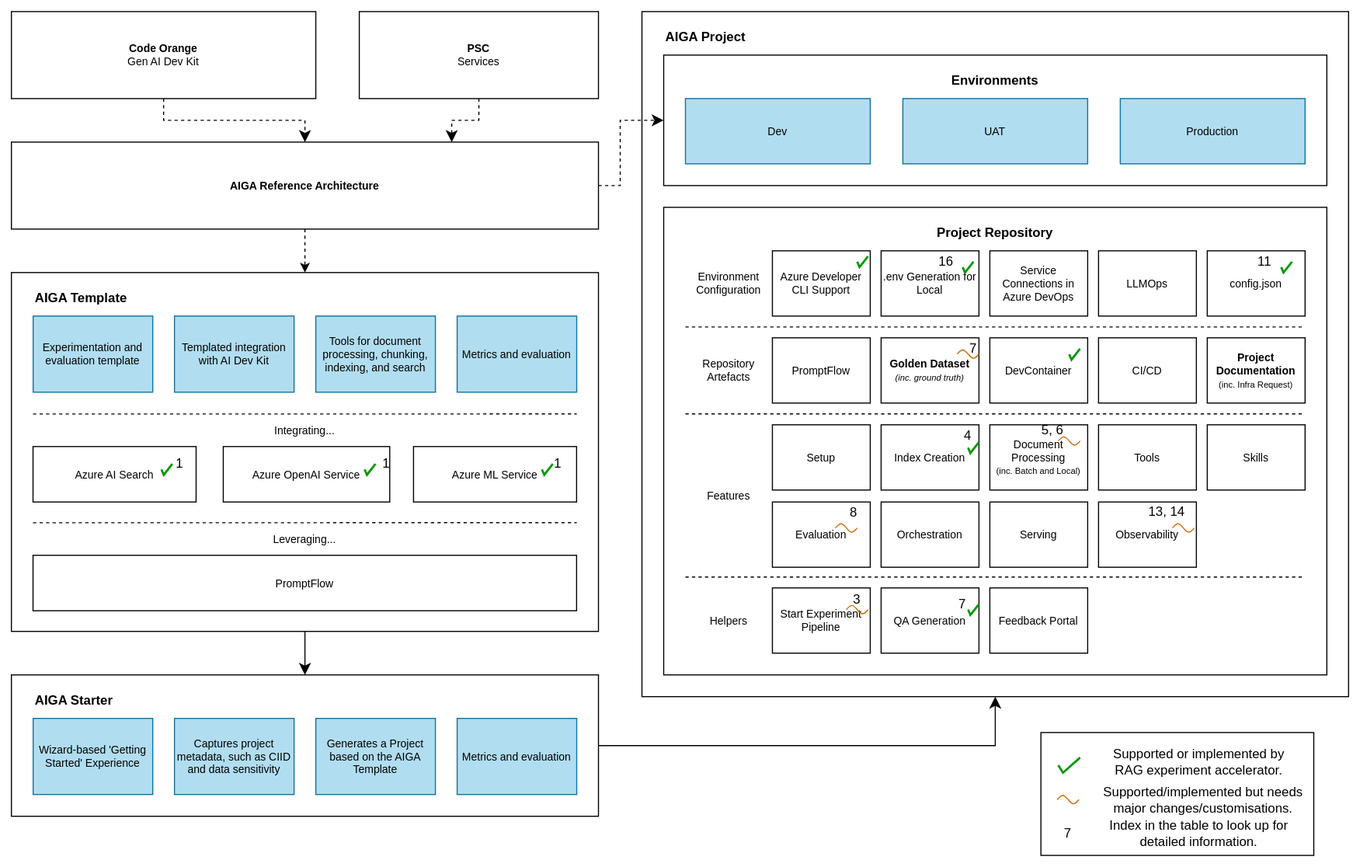
Above: docs/adrs/assets/RAG-experiment-accelerator-mapping.drawio.svg in crew-sherlock/Experiment1 (draw.io), before the change. Source tidied: cells renumbered, new cells last; positions are measured from the earlier drawing's top-left corner, leaving out a move shared by most shapes.
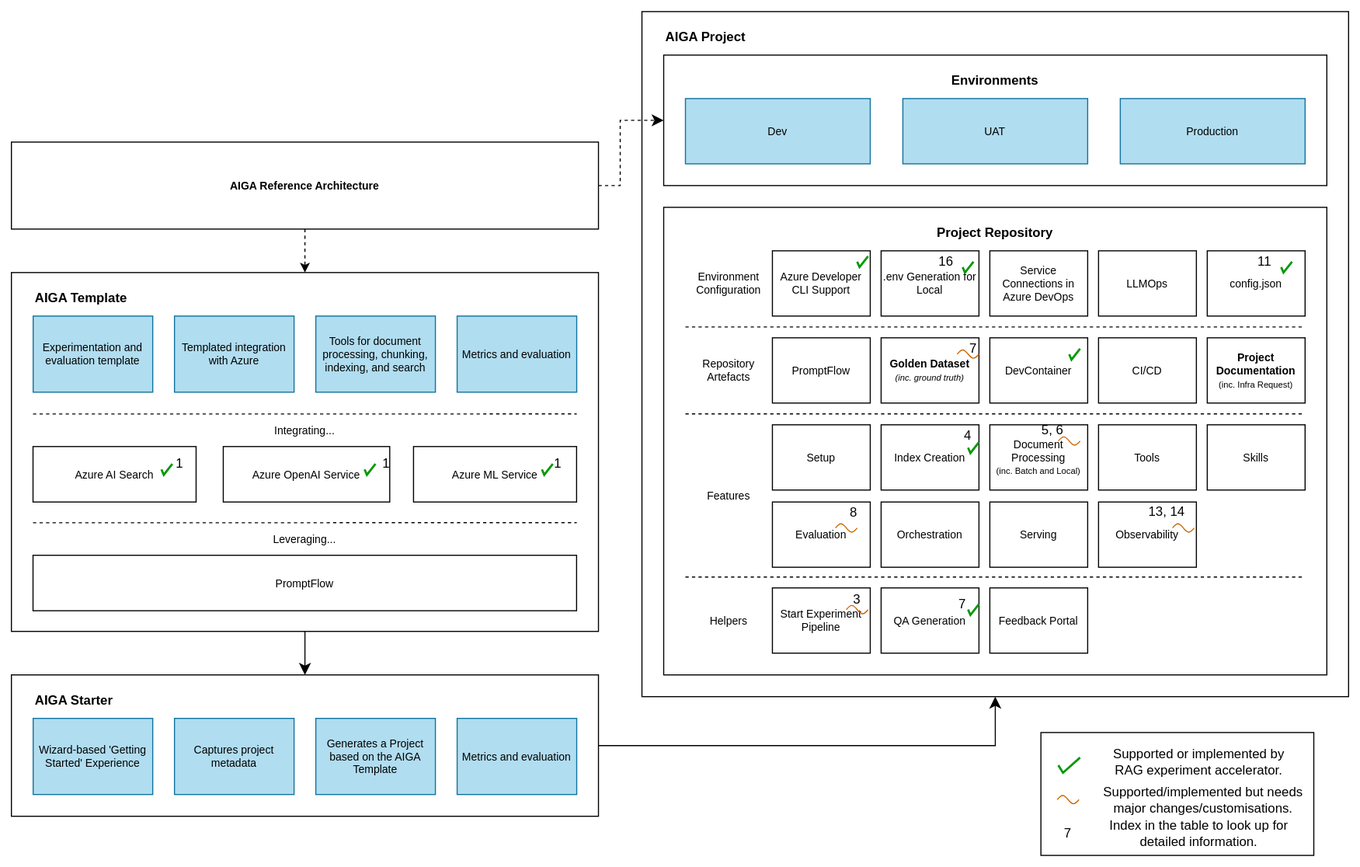
The same diagram one commit later.

Change to the diagram source:
```diff
@@ -11,18 +11,6 @@
     <mxCell id="4" value="AIGA Reference Architecture" style="whiteSpace=wrap;html=1;verticalAlign=middle;align=center;fontStyle=1;fontSize=10;" parent="1" vertex="1">
       <mxGeometry y="120" width="540" height="80" as="geometry" />
     </mxCell>
-    <mxCell id="5" style="edgeStyle=orthogonalEdgeStyle;rounded=0;jettySize=auto;html=1;fontSize=12;startSize=8;endSize=8;dashed=1;" parent="1" edge="1" source="6" target="4">
-      <mxGeometry relative="1" as="geometry" />
-    </mxCell>
-    <mxCell id="6" value="&lt;b style=&quot;font-size: 10px;&quot;&gt;Code Orange&lt;/b&gt;&lt;div style=&quot;font-size: 10px;&quot;&gt;Gen AI Dev Kit&lt;/div&gt;" style="whiteSpace=wrap;html=1;verticalAlign=middle;align=center;fontSize=10;" parent="1" vertex="1">
-      <mxGeometry width="280" height="80" as="geometry" />
-    </mxCell>
-    <mxCell id="7" style="edgeStyle=orthogonalEdgeStyle;rounded=0;jettySize=auto;html=1;fontSize=12;startSize=8;endSize=8;dashed=1;entryX=0.75;entryY=0;entryDx=0;entryDy=0;" parent="1" edge="1" source="8" target="4">
-      <mxGeometry relative="1" as="geometry" />
-    </mxCell>
-    <mxCell id="8" value="&lt;b style=&quot;font-size: 10px;&quot;&gt;PSC&lt;/b&gt;&lt;div style=&quot;font-size: 10px;&quot;&gt;Services&lt;/div&gt;" style="whiteSpace=wrap;html=1;verticalAlign=middle;align=center;fontSize=10;" parent="1" vertex="1">
-      <mxGeometry x="320" width="220" height="80" as="geometry" />
-    </mxCell>
     <mxCell id="9" style="edgeStyle=none;curved=1;rounded=0;jettySize=auto;html=1;fontSize=12;startSize=8;endSize=8;" parent="1" edge="1" source="10" target="24">
       <mxGeometry relative="1" as="geometry" />
     </mxCell>
@@ -32,7 +20,7 @@
     <mxCell id="11" value="Experimentation and evaluation template" style="whiteSpace=wrap;html=1;fontSize=10;fillColor=#b1ddf0;strokeColor=#10739e;labelBackgroundColor=none;fontColor=#000000;" parent="1" vertex="1">
       <mxGeometry x="20" y="280" width="110" height="70" as="geometry" />
     </mxCell>
-    <mxCell id="12" value="Templated integration with AI Dev Kit" style="whiteSpace=wrap;html=1;fontSize=10;fillColor=#b1ddf0;strokeColor=#10739e;labelBackgroundColor=none;fontColor=#000000;" parent="1" vertex="1">
+    <mxCell id="12" value="Templated integration with Azure" style="whiteSpace=wrap;html=1;fontSize=10;fillColor=#b1ddf0;strokeColor=#10739e;labelBackgroundColor=none;fontColor=#000000;" parent="1" vertex="1">
       <mxGeometry x="150" y="280" width="110" height="70" as="geometry" />
     </mxCell>
     <mxCell id="13" value="Tools for document processing, chunking, indexing, and search" style="whiteSpace=wrap;html=1;fontSize=10;fillColor=#b1ddf0;strokeColor=#10739e;labelBackgroundColor=none;fontColor=#000000;" parent="1" vertex="1">
@@ -80,7 +68,7 @@
     <mxCell id="25" value="Wizard-based 'Getting Started' Experience" style="whiteSpace=wrap;html=1;fontSize=10;fillColor=#b1ddf0;strokeColor=#10739e;labelBackgroundColor=none;fontColor=#000000;" parent="1" vertex="1">
       <mxGeometry x="20" y="650" width="110" height="70" as="geometry" />
     </mxCell>
-    <mxCell id="26" value="Captures project metadata, such as CIID and data sensitivity" style="whiteSpace=wrap;html=1;fontSize=10;fillColor=#b1ddf0;strokeColor=#10739e;labelBackgroundColor=none;fontColor=#000000;" parent="1" vertex="1">
+    <mxCell id="26" value="Captures project metadata" style="whiteSpace=wrap;html=1;fontSize=10;fillColor=#b1ddf0;strokeColor=#10739e;labelBackgroundColor=none;fontColor=#000000;" parent="1" vertex="1">
       <mxGeometry x="150" y="650" width="110" height="70" as="geometry" />
     </mxCell>
     <mxCell id="27" value="Generates a Project based on the AIGA Template" style="whiteSpace=wrap;html=1;fontSize=10;fillColor=#b1ddf0;strokeColor=#10739e;labelBackgroundColor=none;fontColor=#000000;" parent="1" vertex="1">
```
